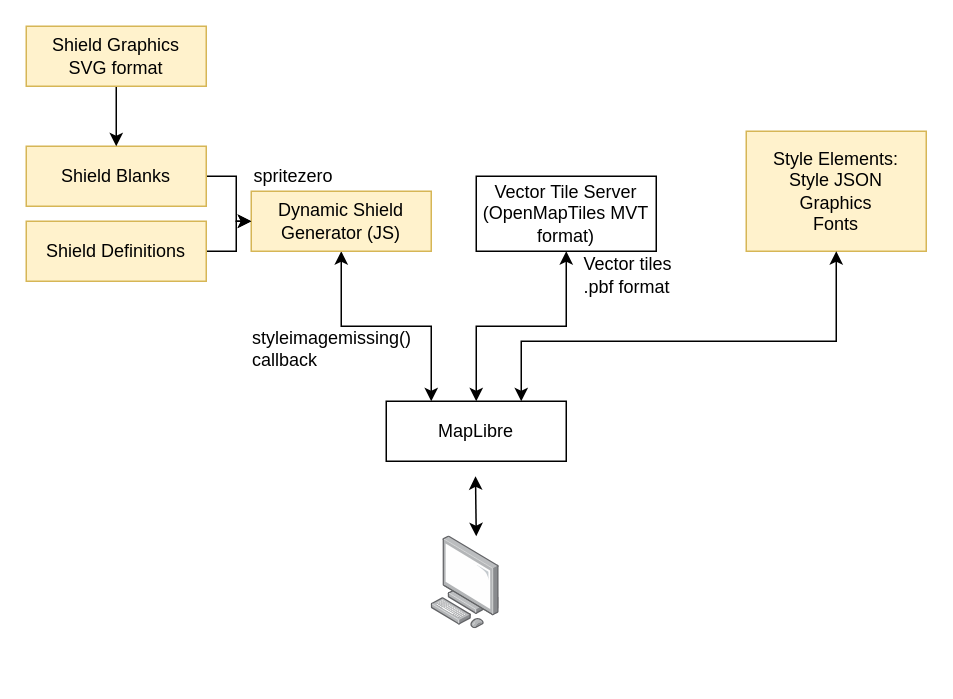
osm-americana/openstreetmap-americana keeps this draw.io diagram as doc-img/architecture.drawio. Above is the earlier version. Source tidied: cells renumbered, new cells numbered last; positions are measured from the earlier drawing's top-left corner, leaving out a move shared by most shapes. Both pictures are drawn from the tidied source at 150%, with x=0, y=0 at pixel (26, 26).
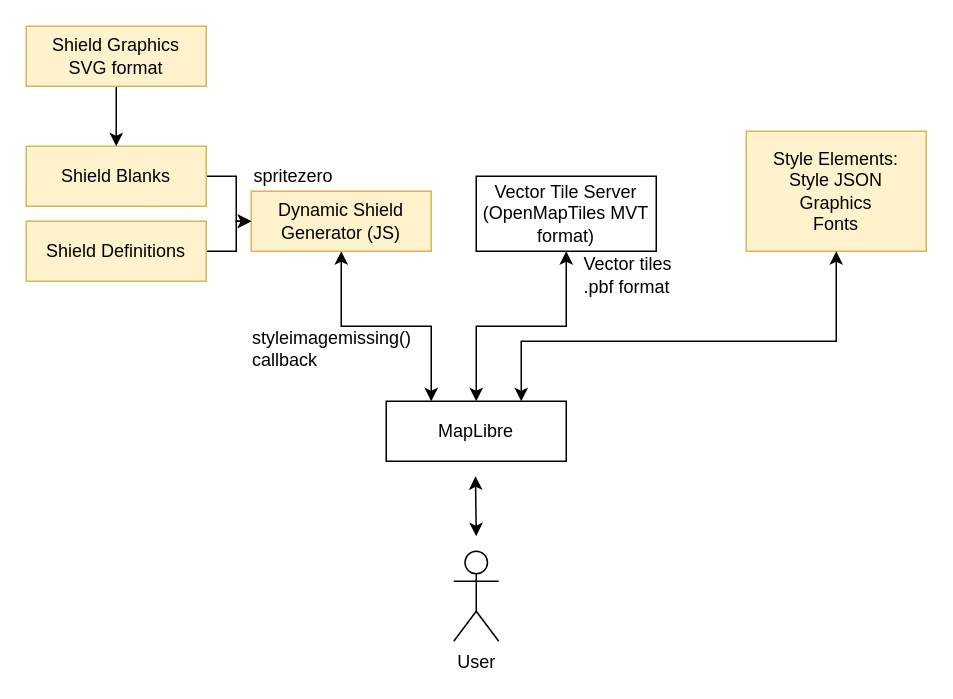
The same page after the edit.

Commit message (it also covers changes not shown here):
bring back stickman

The edit, as a diff of the source:
```diff
@@
-    <mxCell id="19" style="html=1;align=center;shadow=0;dashed=0;image;image=img/lib/allied_telesis/computer_and_terminals/Personal_Computer.svg;" parent="1" vertex="1">
-      <mxGeometry x="270" y="340" width="45.6" height="61.8" as="geometry" />
-    </mxCell>
+    <mxCell id="20" value="User" style="shape=umlActor;verticalLabelPosition=bottom;verticalAlign=top;html=1;" parent="1" vertex="1">
+      <mxGeometry x="285" y="350" width="30" height="60" as="geometry" />
+    </mxCell>
```
